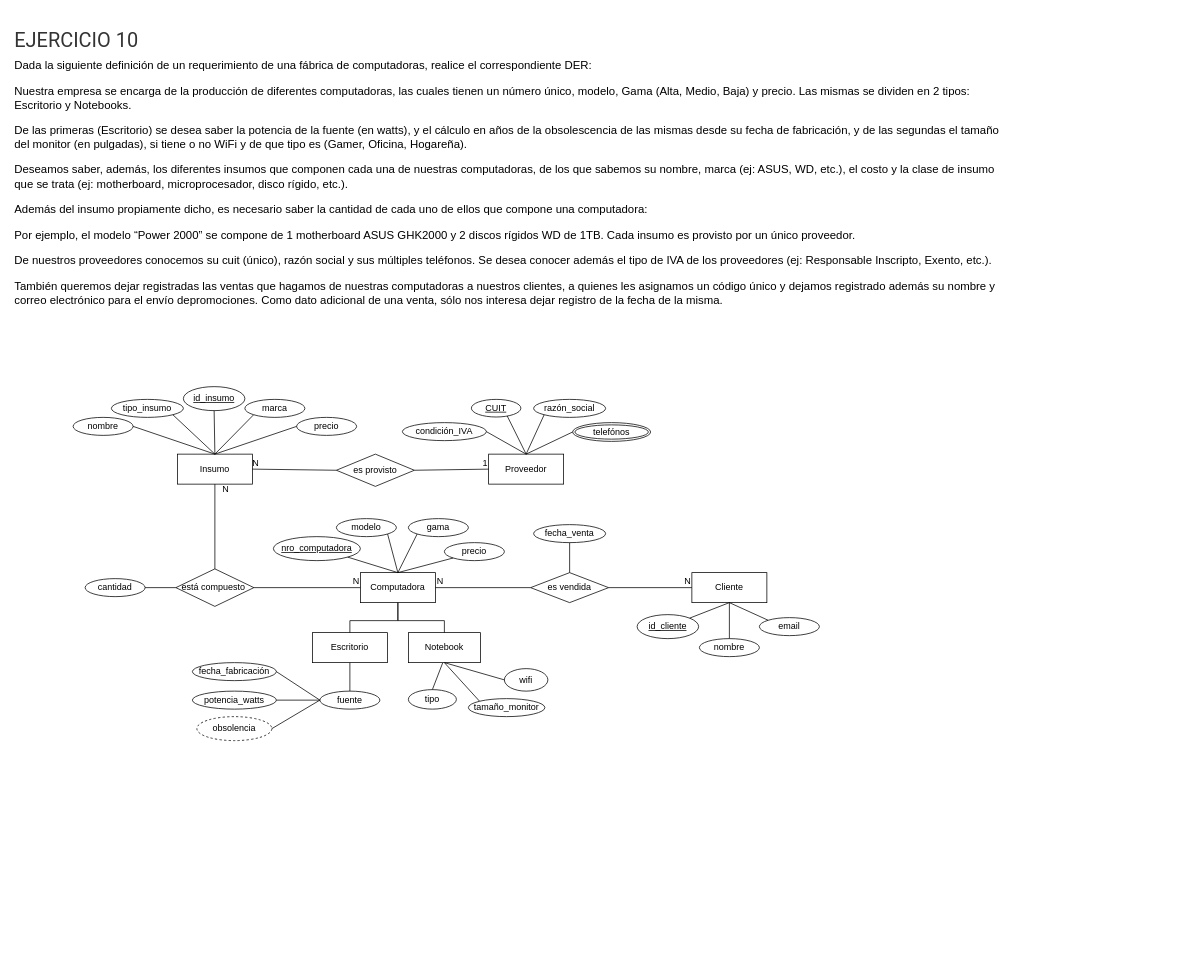
This is Diagramas Relación-Entidad Extendido/ejercicio 10 modelo parcial.drawio from Kevchuuu/Base-de-datos-, a draw.io file, before an edit. Source tidied: cells renumbered, new cells numbered last; positions are measured from the earlier drawing's top-left corner, leaving out a move shared by most shapes. Both pictures are drawn from the tidied source at 75%, with x=0, y=0 at pixel (13, 13).
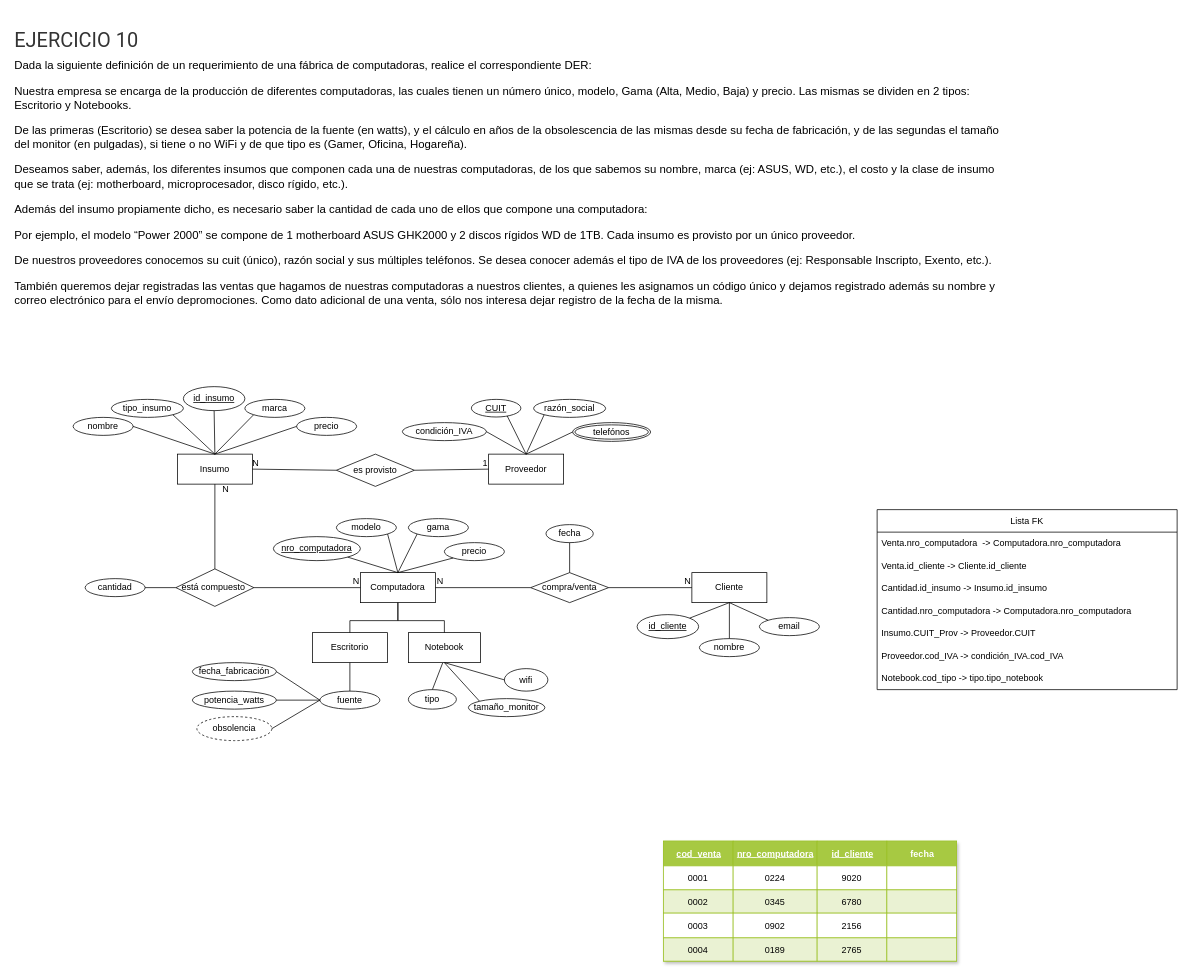
The same diagram, later.

What changed in the source:
```diff
@@
-    <mxCell id="46" value="fecha_venta" style="ellipse;whiteSpace=wrap;html=1;align=center;" parent="1" vertex="1">
-      <mxGeometry x="694" y="682" width="96" height="24" as="geometry" />
+    <mxCell id="46" value="fecha" style="ellipse;whiteSpace=wrap;html=1;align=center;" parent="1" vertex="1">
+      <mxGeometry x="710.5" y="682" width="63" height="24" as="geometry" />
     </mxCell>
-    <mxCell id="47" value="es vendida" style="shape=rhombus;perimeter=rhombusPerimeter;whiteSpace=wrap;html=1;align=center;" parent="1" vertex="1">
+    <mxCell id="47" value="compra/venta" style="shape=rhombus;perimeter=rhombusPerimeter;whiteSpace=wrap;html=1;align=center;" parent="1" vertex="1">
       <mxGeometry x="690" y="746" width="104" height="40" as="geometry" />
     </mxCell>
@@
+    <mxCell id="77" value="Lista FK" style="swimlane;fontStyle=0;horizontal=1;startSize=30;whiteSpace=wrap;html=1;" parent="1" vertex="1">
+      <mxGeometry x="1152" y="662" width="400" height="240" as="geometry" />
+    </mxCell>
+    <mxCell id="78" value="Venta.nro_computadora&amp;nbsp; -&amp;gt; Computadora.nro_computadora&amp;nbsp;" style="text;strokeColor=none;fillColor=none;align=left;verticalAlign=middle;spacingLeft=4;spacingRight=4;overflow=hidden;whiteSpace=wrap;html=1;" parent="77" vertex="1">
+      <mxGeometry y="30" width="400" height="30" as="geometry" />
+    </mxCell>
+    <mxCell id="79" value="Venta.id_cliente -&amp;gt; Cliente.id_cliente" style="text;strokeColor=none;fillColor=none;align=left;verticalAlign=middle;spacingLeft=4;spacingRight=4;overflow=hidden;whiteSpace=wrap;html=1;" parent="77" vertex="1">
+      <mxGeometry y="60" width="400" height="30" as="geometry" />
+    </mxCell>
+    <mxCell id="80" value="Cantidad.id_insumo&amp;nbsp;-&amp;gt; Insumo.id_insumo" style="text;strokeColor=none;fillColor=none;align=left;verticalAlign=middle;spacingLeft=4;spacingRight=4;overflow=hidden;whiteSpace=wrap;html=1;" parent="77" vertex="1">
+      <mxGeometry y="90" width="400" height="30" as="geometry" />
+    </mxCell>
+    <mxCell id="81" value="Cantidad.nro_computadora&amp;nbsp;-&amp;gt; Computadora.nro_computadora&amp;nbsp;" style="text;strokeColor=none;fillColor=none;align=left;verticalAlign=middle;spacingLeft=4;spacingRight=4;overflow=hidden;whiteSpace=wrap;html=1;" parent="77" vertex="1">
+      <mxGeometry y="120" width="400" height="30" as="geometry" />
+    </mxCell>
+    <mxCell id="82" value="Insumo.CUIT_Prov -&amp;gt; Proveedor.CUIT" style="text;strokeColor=none;fillColor=none;align=left;verticalAlign=middle;spacingLeft=4;spacingRight=4;overflow=hidden;whiteSpace=wrap;html=1;" parent="77" vertex="1">
+      <mxGeometry y="150" width="400" height="30" as="geometry" />
+    </mxCell>
+    <mxCell id="83" value="Proveedor.cod_IVA -&amp;gt; condición_IVA.cod_IVA" style="text;strokeColor=none;fillColor=none;align=left;verticalAlign=middle;spacingLeft=4;spacingRight=4;overflow=hidden;whiteSpace=wrap;html=1;" parent="77" vertex="1">
+      <mxGeometry y="180" width="400" height="30" as="geometry" />
+    </mxCell>
+    <mxCell id="84" value="Notebook.cod_tipo -&amp;gt; tipo.tipo_notebook" style="text;strokeColor=none;fillColor=none;align=left;verticalAlign=middle;spacingLeft=4;spacingRight=4;overflow=hidden;whiteSpace=wrap;html=1;" parent="77" vertex="1">
+      <mxGeometry y="210" width="400" height="30" as="geometry" />
+    </mxCell>
+    <mxCell id="85" style="childLayout=tableLayout;strokeColor=#98bf21;fillColor=#A7C942;shadow=1;" parent="1" vertex="1">
+      <mxGeometry x="867" y="1104" width="391" height="160" as="geometry" />
+    </mxCell>
+    <mxCell id="86" style="shape=tableRow;horizontal=0;startSize=0;swimlaneHead=0;swimlaneBody=0;top=0;left=0;bottom=0;right=0;fontStyle=0;strokeColor=inherit;fillColor=#ffffff;" parent="85" vertex="1">
+      <mxGeometry width="391" height="33" as="geometry" />
+    </mxCell>
+    <mxCell id="87" value="&lt;u&gt;cod_venta&lt;/u&gt;" style="strokeColor=inherit;fillColor=#A7C942;align=center;fontStyle=1;fontColor=#FFFFFF;html=1;" parent="86" vertex="1">
+      <mxGeometry width="93" height="33" as="geometry" />
+    </mxCell>
+    <mxCell id="88" value="&lt;u&gt;nro_computadora&lt;/u&gt;" style="strokeColor=inherit;fillColor=#A7C942;align=center;fontStyle=1;fontColor=#FFFFFF;html=1;" parent="86" vertex="1">
+      <mxGeometry x="93" width="112" height="33" as="geometry" />
+    </mxCell>
+    <mxCell id="89" value="&lt;u&gt;id_cliente&lt;/u&gt;" style="strokeColor=inherit;fillColor=#A7C942;align=center;fontStyle=1;fontColor=#FFFFFF;html=1;" parent="86" vertex="1">
+      <mxGeometry x="205" width="93" height="33" as="geometry" />
+    </mxCell>
+    <mxCell id="90" value="fecha" style="strokeColor=inherit;fillColor=#A7C942;align=center;fontStyle=1;fontColor=#FFFFFF;html=1;" parent="86" vertex="1">
+      <mxGeometry x="298" width="93" height="33" as="geometry" />
+    </mxCell>
+    <mxCell id="91" style="shape=tableRow;horizontal=0;startSize=0;swimlaneHead=0;swimlaneBody=0;top=0;left=0;bottom=0;right=0;fontStyle=0;strokeColor=inherit;fillColor=#ffffff;" parent="85" vertex="1">
+      <mxGeometry y="33" width="391" height="32" as="geometry" />
+    </mxCell>
+    <mxCell id="92" value="0001" style="strokeColor=inherit;fillColor=inherit;align=center;whiteSpace=wrap;html=1;" parent="91" vertex="1">
+      <mxGeometry width="93" height="32" as="geometry" />
+    </mxCell>
+    <mxCell id="93" value="0224" style="strokeColor=inherit;fillColor=inherit;align=center;whiteSpace=wrap;html=1;" parent="91" vertex="1">
+      <mxGeometry x="93" width="112" height="32" as="geometry" />
+    </mxCell>
+    <mxCell id="94" value="9020" style="strokeColor=inherit;fillColor=inherit;align=center;whiteSpace=wrap;html=1;" parent="91" vertex="1">
+      <mxGeometry x="205" width="93" height="32" as="geometry" />
+    </mxCell>
+    <mxCell id="95" style="strokeColor=inherit;fillColor=inherit;align=center;whiteSpace=wrap;html=1;" parent="91" vertex="1">
+      <mxGeometry x="298" width="93" height="32" as="geometry" />
+    </mxCell>
+    <mxCell id="96" style="shape=tableRow;horizontal=0;startSize=0;swimlaneHead=0;swimlaneBody=0;top=0;left=0;bottom=0;right=0;fontStyle=1;strokeColor=inherit;fillColor=#EAF2D3;" parent="85" vertex="1">
+      <mxGeometry y="65" width="391" height="31" as="geometry" />
+    </mxCell>
+    <mxCell id="97" value="0002" style="strokeColor=inherit;fillColor=inherit;whiteSpace=wrap;html=1;" parent="96" vertex="1">
+      <mxGeometry width="93" height="31" as="geometry" />
+    </mxCell>
+    <mxCell id="98" value="0345" style="strokeColor=inherit;fillColor=inherit;whiteSpace=wrap;html=1;" parent="96" vertex="1">
+      <mxGeometry x="93" width="112" height="31" as="geometry" />
+    </mxCell>
+    <mxCell id="99" value="6780" style="strokeColor=inherit;fillColor=inherit;whiteSpace=wrap;html=1;" parent="96" vertex="1">
+      <mxGeometry x="205" width="93" height="31" as="geometry" />
+    </mxCell>
+    <mxCell id="100" style="strokeColor=inherit;fillColor=inherit;whiteSpace=wrap;html=1;" parent="96" vertex="1">
+      <mxGeometry x="298" width="93" height="31" as="geometry" />
+    </mxCell>
+    <mxCell id="101" style="shape=tableRow;horizontal=0;startSize=0;swimlaneHead=0;swimlaneBody=0;top=0;left=0;bottom=0;right=0;fontStyle=0;strokeColor=inherit;fillColor=#ffffff;" parent="85" vertex="1">
+      <mxGeometry y="96" width="391" height="33" as="geometry" />
+    </mxCell>
+    <mxCell id="102" value="0003" style="strokeColor=inherit;fillColor=inherit;fontStyle=0;align=center;whiteSpace=wrap;html=1;" parent="101" vertex="1">
+      <mxGeometry width="93" height="33" as="geometry" />
+    </mxCell>
+    <mxCell id="103" value="0902" style="strokeColor=inherit;fillColor=inherit;fontStyle=0;align=center;whiteSpace=wrap;html=1;" parent="101" vertex="1">
+      <mxGeometry x="93" width="112" height="33" as="geometry" />
+    </mxCell>
+    <mxCell id="104" value="2156" style="strokeColor=inherit;fillColor=inherit;fontStyle=0;align=center;whiteSpace=wrap;html=1;" parent="101" vertex="1">
+      <mxGeometry x="205" width="93" height="33" as="geometry" />
+    </mxCell>
+    <mxCell id="105" style="strokeColor=inherit;fillColor=inherit;fontStyle=0;align=center;whiteSpace=wrap;html=1;" parent="101" vertex="1">
+      <mxGeometry x="298" width="93" height="33" as="geometry" />
+    </mxCell>
+    <mxCell id="106" style="shape=tableRow;horizontal=0;startSize=0;swimlaneHead=0;swimlaneBody=0;top=0;left=0;bottom=0;right=0;fontStyle=1;strokeColor=inherit;fillColor=#EAF2D3;" parent="85" vertex="1">
+      <mxGeometry y="129" width="391" height="31" as="geometry" />
+    </mxCell>
+    <mxCell id="107" value="0004" style="strokeColor=inherit;fillColor=inherit;whiteSpace=wrap;html=1;" parent="106" vertex="1">
+      <mxGeometry width="93" height="31" as="geometry" />
+    </mxCell>
+    <mxCell id="108" value="0189" style="strokeColor=inherit;fillColor=inherit;whiteSpace=wrap;html=1;" parent="106" vertex="1">
+      <mxGeometry x="93" width="112" height="31" as="geometry" />
+    </mxCell>
+    <mxCell id="109" value="2765" style="strokeColor=inherit;fillColor=inherit;whiteSpace=wrap;html=1;" parent="106" vertex="1">
+      <mxGeometry x="205" width="93" height="31" as="geometry" />
+    </mxCell>
+    <mxCell id="110" style="strokeColor=inherit;fillColor=inherit;whiteSpace=wrap;html=1;" parent="106" vertex="1">
+      <mxGeometry x="298" width="93" height="31" as="geometry" />
+    </mxCell>
```
